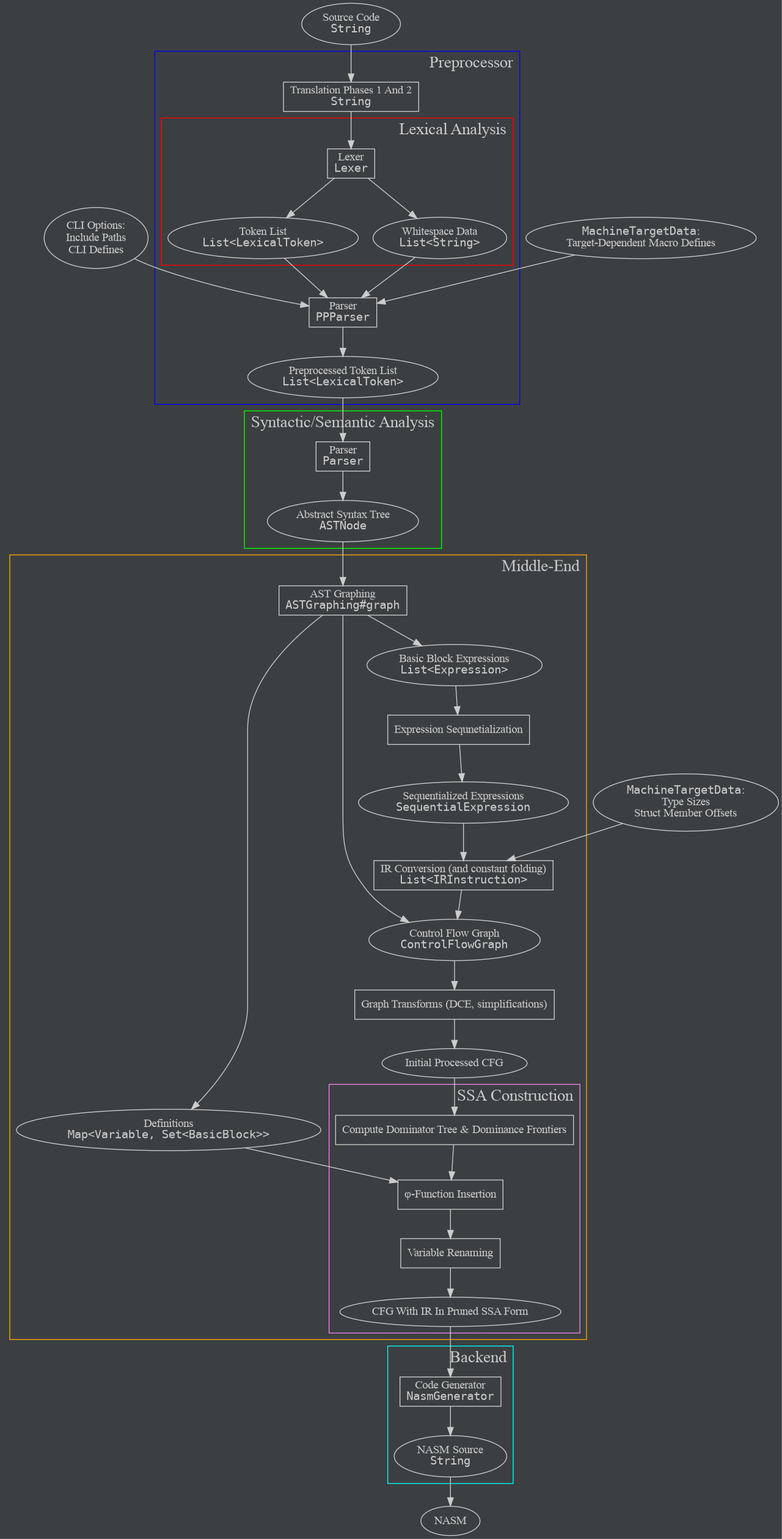
Before: readme-resources/compiler-pipeline.png, a diagram exported from Graphviz (slak44/ckompiler). Its source is kept beside it as readme-resources/compiler-pipeline.dot. Source of this version:
```dot
digraph pipeline {
  graph[bgcolor="#3C3F41FF"];
  node[fontcolor="#CCCCCCFF",color="#CCCCCCFF"];
  edge[color="#CCCCCCFF",fontcolor="#CCCCCCFF"];

  cliOptions[label="CLI Options:\nInclude Paths\nCLI Defines"];
  source[label=<Source Code<br/><font point-size="14" face="monospace">String</font>>];
  targetData1[label=<<font point-size="14" face="monospace">MachineTargetData</font>:<br/>Target-Dependent Macro Defines>];
  targetData2[label=<<font point-size="14" face="monospace">MachineTargetData</font>:<br/>Type Sizes<br/>Struct Member Offsets>];
  lexer[label=<Lexer<br/><font point-size="14" face="monospace">Lexer</font>>,shape=box]
  tokenList[label=<Token List<br/><font point-size="14" face="monospace">List&lt;LexicalToken&gt;</font>>];
  whitespaceList[label=<Whitespace Data<br/><font point-size="14" face="monospace">List&lt;String&gt;</font>>];
  trPhase1And2[label=<Translation Phases 1 And 2<br/><font point-size="14" face="monospace">String</font>>,shape=box];
  ppParser[label=<Parser<br/><font point-size="14" face="monospace">PPParser</font>>,shape=box];
  ppTokens[label=<Preprocessed Token List<br/><font point-size="14" face="monospace">List&lt;LexicalToken&gt;</font>>];
  parser[label=<Parser<br/><font point-size="14" face="monospace">Parser</font>>,shape=box];
  ast[label=<Abstract Syntax Tree<br/><font point-size="14" face="monospace">ASTNode</font>>];
  graphing[label=<AST Graphing<br/><font point-size="14" face="monospace">ASTGraphing#graph</font>>,shape=box];
  definitions[label=<Definitions<br/><font point-size="14" face="monospace">Map&lt;Variable, Set&lt;BasicBlock&gt;&gt;</font>>];
  cfg[label=<Control Flow Graph<br/><font point-size="14" face="monospace">ControlFlowGraph</font>>];
  basicBlockContent[label=<Basic Block Expressions<br/><font point-size="14" face="monospace">List&lt;Expression&gt;</font>>];
  seq[label="Expression Sequnetialization",shape=box];
  seqExprs[label=<Sequentialized Expressions<br/><font point-size="14" face="monospace">SequentialExpression</font>>];
  irBuilder[label=<IR Conversion (and constant folding)<br/><font point-size="14" face="monospace">List&lt;IRInstruction&gt;</font>>,shape=box];
  bbTransforms[label="Graph Transforms (DCE, simplifications)",shape=box];
  cfgNodes[label="Initial Processed CFG"];
  domFrontier[label="Compute Dominator Tree & Dominance Frontiers",shape=box];
  phiInsertion[label="φ-Function Insertion",shape=box];
  variableRename[label="Variable Renaming",shape=box];
  ssaFormCFG[label="CFG With IR In Pruned SSA Form"];
  codeGenerator[label=<Code Generator<br/><font point-size="14" face="monospace">NasmGenerator</font>>,shape=box];
  nasmCode[label=<NASM Source<br/><font point-size="14" face="monospace">String</font>>];
  assembler[label="NASM"];

  source -> trPhase1And2 -> lexer;

  lexer -> tokenList -> ppParser;
  lexer -> whitespaceList -> ppParser;

  targetData1 -> ppParser;
  cliOptions -> ppParser;

  ppParser -> ppTokens -> parser -> ast -> graphing;

  graphing -> {cfg, definitions, basicBlockContent};

  basicBlockContent -> seq -> seqExprs -> irBuilder;

  targetData2 -> irBuilder;

  irBuilder -> cfg -> bbTransforms -> cfgNodes -> domFrontier;

  {definitions, domFrontier} -> phiInsertion;

  phiInsertion -> variableRename -> ssaFormCFG -> codeGenerator -> nasmCode -> assembler;

  subgraph cluster_preprocessor {
    trPhase1And2; ppParser; ppTokens;
    subgraph cluster_lex {
      tokenList; lexer; whitespaceList;
      label=<<font color="#CCCCCCFF" point-size="20">Lexical Analysis</font>>;
      labeljust="right";
      color="red";
    }
    label=<<font color="#CCCCCCFF" point-size="20">Preprocessor</font>>;
    labeljust="right";
    color="blue";
  }
  subgraph cluster_parser {
    parser; ast;
    label=<<font color="#CCCCCCFF" point-size="20">Syntactic/Semantic Analysis</font>>;
    labeljust="right";
    color="green";
  }
  subgraph cluster_analysis {
    graphing; cfg; bbTransforms; definitions; cfgNodes; seq; basicBlockContent; seqExprs;
    irBuilder;
    subgraph cluster_ssa {
      domFrontier; phiInsertion; variableRename; ssaFormCFG;
      label=<<font color="#CCCCCCFF" point-size="20">SSA Construction</font>>;
      labeljust="right";
      color="violet";
    }
    label=<<font color="#CCCCCCFF" point-size="20">Middle-End</font>>;
    labeljust="right";
    color="orange";
  }
  subgraph cluster_backend {
    codeGenerator; nasmCode;
    label=<<font color="#CCCCCCFF" point-size="20">Backend</font>>;
    labeljust="right";
    color="cyan";
  }
}
```
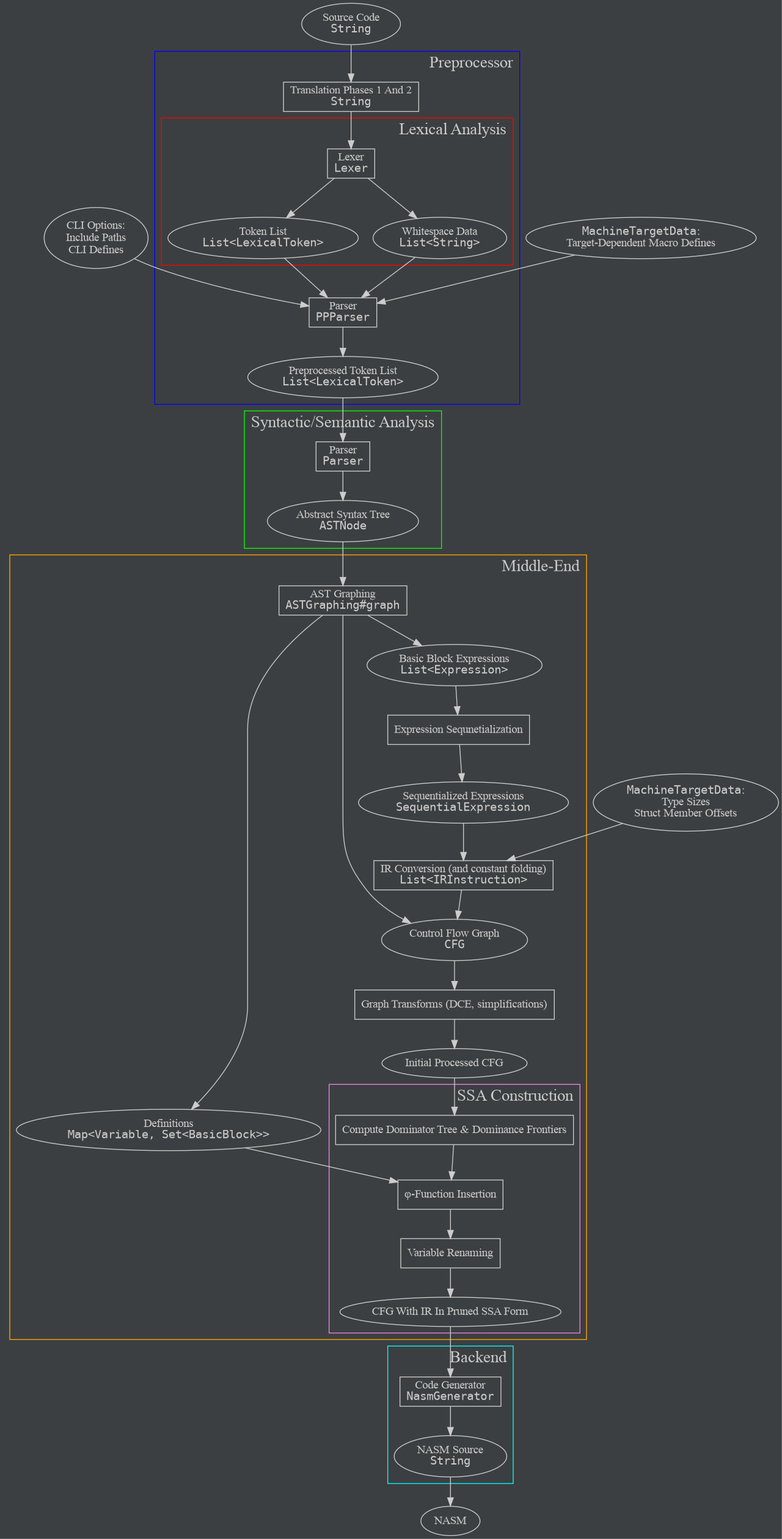
The same file after the commit.

Commit message:
Fix bad name in README image

Diff of the diagram source:
```diff
@@ -17,7 +17,7 @@
   ast[label=<Abstract Syntax Tree<br/><font point-size="14" face="monospace">ASTNode</font>>];
   graphing[label=<AST Graphing<br/><font point-size="14" face="monospace">ASTGraphing#graph</font>>,shape=box];
   definitions[label=<Definitions<br/><font point-size="14" face="monospace">Map&lt;Variable, Set&lt;BasicBlock&gt;&gt;</font>>];
-  cfg[label=<Control Flow Graph<br/><font point-size="14" face="monospace">ControlFlowGraph</font>>];
+  cfg[label=<Control Flow Graph<br/><font point-size="14" face="monospace">CFG</font>>];
   basicBlockContent[label=<Basic Block Expressions<br/><font point-size="14" face="monospace">List&lt;Expression&gt;</font>>];
   seq[label="Expression Sequnetialization",shape=box];
   seqExprs[label=<Sequentialized Expressions<br/><font point-size="14" face="monospace">SequentialExpression</font>>];
```
